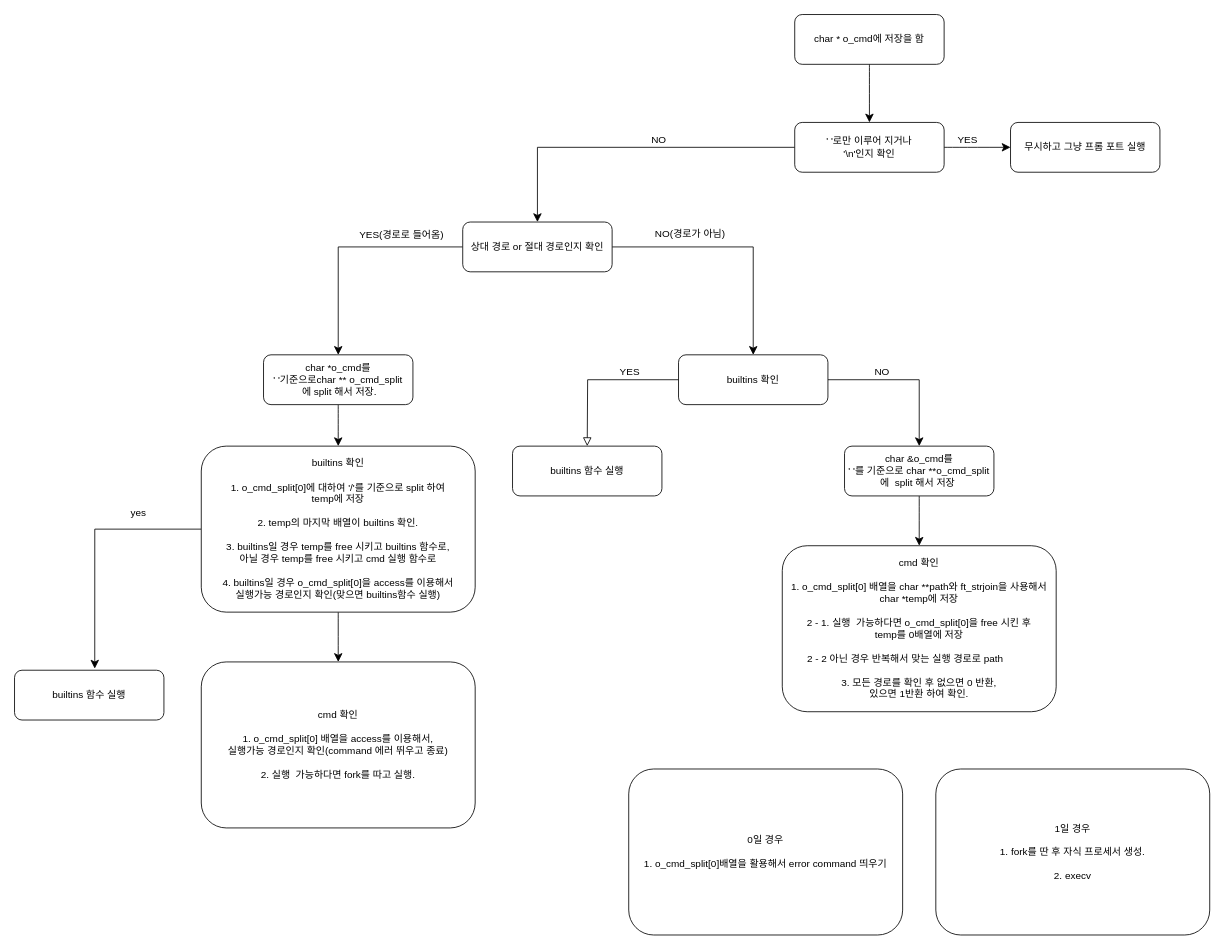
Before: Flowchart/Untitled Diagram.drawio in jae-mini-00/42, a draw.io diagram. Source tidied: cells renumbered, new cells numbered last; positions are measured from the earlier drawing's top-left corner, leaving out a move shared by most shapes. Both pictures are drawn from the tidied source at 83%, with x=0, y=0 at pixel (14, 14).
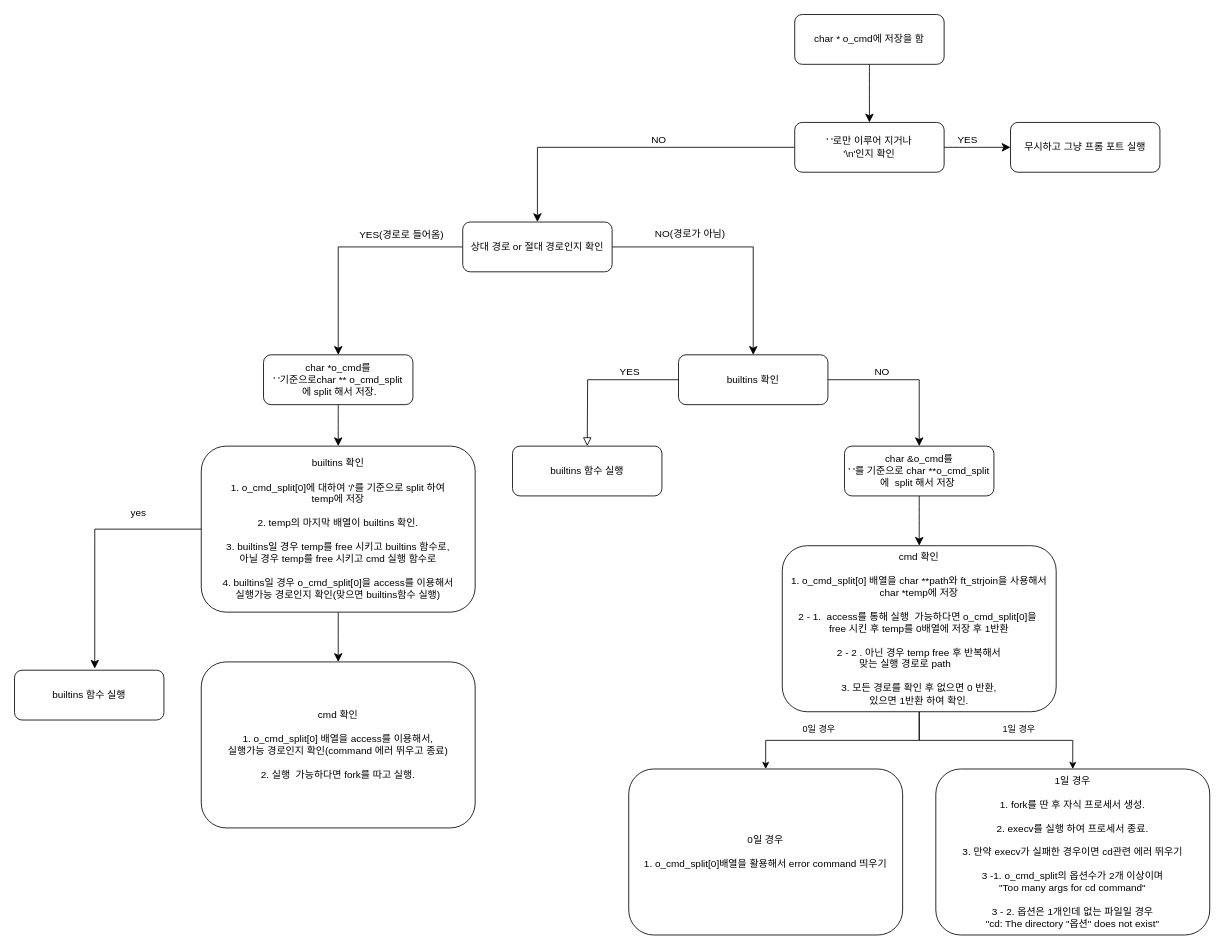
Above is the later version.

Commit message:
cmd어느 정도 정리

Unchanged cells that the change refers to:
```xml
<mxCell id="33" value="&lt;div&gt;0일 경우&lt;/div&gt;&lt;div&gt;&lt;br&gt;&lt;/div&gt;1. o_cmd_split[0]배열을 활용해서 error command 띄우기" style="rounded=1;whiteSpace=wrap;html=1;fontSize=12;glass=0;strokeWidth=1;shadow=0;" parent="1" vertex="1">
  <mxGeometry x="740" y="909" width="330" height="200" as="geometry" />
</mxCell>
```

What changed in the source:
```diff
@@
+    <mxCell id="34" style="edgeStyle=orthogonalEdgeStyle;rounded=0;jettySize=auto;html=1;entryX=0.5;entryY=0;entryDx=0;entryDy=0;" parent="1" edge="1" source="31" target="33">
+      <mxGeometry relative="1" as="geometry" />
+    </mxCell>
+    <mxCell id="35" value="0일 경우" style="edgeLabel;html=1;align=center;verticalAlign=middle;" parent="34" vertex="1">
+      <mxGeometry x="0.24" y="-1" relative="1" as="geometry">
+        <mxPoint x="1" y="-13" as="offset" />
+      </mxGeometry>
+    </mxCell>
+    <mxCell id="36" style="edgeStyle=orthogonalEdgeStyle;rounded=0;jettySize=auto;html=1;entryX=0.5;entryY=0;entryDx=0;entryDy=0;" parent="1" edge="1" source="31" target="32">
+      <mxGeometry relative="1" as="geometry" />
+    </mxCell>
+    <mxCell id="37" value="1일 경우" style="edgeLabel;html=1;align=center;verticalAlign=middle;" parent="36" vertex="1">
+      <mxGeometry x="-0.28" y="4" relative="1" as="geometry">
+        <mxPoint x="63" y="-10" as="offset" />
+      </mxGeometry>
+    </mxCell>
-    <mxCell id="31" value="&lt;div&gt;cmd 확인&lt;br&gt;&lt;/div&gt;&lt;div&gt;&lt;br&gt;&lt;/div&gt;1. o_cmd_split[0] 배열을 char **path와 ft_strjoin을 사용해서&lt;div&gt;&lt;span style=&quot;background-color: transparent;&quot;&gt;char *temp에 저장&lt;/span&gt;&lt;/div&gt;&lt;div&gt;&lt;br&gt;&lt;div&gt;&lt;div&gt;&lt;div&gt;2 - 1. 실행&amp;nbsp; 가능하다면 o_cmd_split[0]을 free 시킨 후&lt;/div&gt;&lt;/div&gt;&lt;/div&gt;&lt;/div&gt;&lt;div&gt;temp를 0배열에 저장&lt;/div&gt;&lt;div&gt;&lt;br&gt;&lt;/div&gt;&lt;div&gt;2 - 2 아닌 경우 반복해서 맞는 실행 경로로 path&amp;nbsp; &amp;nbsp; &amp;nbsp; &amp;nbsp; &amp;nbsp;&amp;nbsp;&lt;/div&gt;&lt;div&gt;&lt;br&gt;&lt;/div&gt;&lt;div&gt;3. 모든 경로를 확인 후 없으면 0 반환,&lt;/div&gt;&lt;div&gt;있으면 1반환 하여 확인.&lt;/div&gt;" style="rounded=1;whiteSpace=wrap;html=1;fontSize=12;glass=0;strokeWidth=1;shadow=0;" parent="1" vertex="1">
+    <mxCell id="31" value="&lt;div&gt;cmd 확인&lt;br&gt;&lt;/div&gt;&lt;div&gt;&lt;br&gt;&lt;/div&gt;1. o_cmd_split[0] 배열을 char **path와 ft_strjoin을 사용해서&lt;div&gt;&lt;span style=&quot;background-color: transparent;&quot;&gt;char *temp에 저장&lt;/span&gt;&lt;/div&gt;&lt;div&gt;&lt;br&gt;&lt;div&gt;&lt;div&gt;&lt;div&gt;2 - 1.&amp;nbsp; access를 통해 실행&amp;nbsp; 가능하다면 o_cmd_split[0]을&amp;nbsp;&lt;/div&gt;&lt;div&gt;free 시킨 후&amp;nbsp;&lt;span style=&quot;background-color: transparent;&quot;&gt;temp를 0배열에 저장 후 1반환&lt;/span&gt;&lt;/div&gt;&lt;/div&gt;&lt;/div&gt;&lt;/div&gt;&lt;div&gt;&lt;br&gt;&lt;/div&gt;&lt;div&gt;2 - 2 . 아닌 경우 temp free 후&amp;nbsp;&lt;span style=&quot;background-color: transparent;&quot;&gt;반복해서&lt;/span&gt;&lt;/div&gt;&lt;div&gt;&lt;span style=&quot;background-color: transparent;&quot;&gt;맞는 실행 경로로 path&amp;nbsp; &amp;nbsp; &amp;nbsp; &amp;nbsp; &amp;nbsp;&amp;nbsp;&lt;/span&gt;&lt;/div&gt;&lt;div&gt;&lt;br&gt;&lt;/div&gt;&lt;div&gt;3. 모든 경로를 확인 후 없으면 0 반환,&lt;/div&gt;&lt;div&gt;있으면 1반환 하여 확인.&lt;/div&gt;" style="rounded=1;whiteSpace=wrap;html=1;fontSize=12;glass=0;strokeWidth=1;shadow=0;" parent="1" vertex="1">
       <mxGeometry x="925" y="640" width="330" height="200" as="geometry" />
     </mxCell>
-    <mxCell id="32" value="&lt;div&gt;1일 경우&lt;br&gt;&lt;/div&gt;&lt;div&gt;&lt;br&gt;&lt;/div&gt;1. fork를 딴 후 자식 프로세서 생성.&lt;div&gt;&lt;br&gt;&lt;/div&gt;&lt;div&gt;2. execv&lt;/div&gt;" style="rounded=1;whiteSpace=wrap;html=1;fontSize=12;glass=0;strokeWidth=1;shadow=0;" parent="1" vertex="1">
+    <mxCell id="32" value="&lt;div&gt;1일 경우&lt;br&gt;&lt;/div&gt;&lt;div&gt;&lt;br&gt;&lt;/div&gt;1. fork를 딴 후 자식 프로세서 생성.&lt;div&gt;&lt;br&gt;&lt;/div&gt;&lt;div&gt;2. execv를 실행 하여 프로세서 종료.&lt;/div&gt;&lt;div&gt;&lt;br&gt;&lt;/div&gt;&lt;div&gt;3. 만약 execv가 실패한 경우이면 cd관련 에러 뛰우기&lt;/div&gt;&lt;div&gt;&lt;br&gt;&lt;/div&gt;&lt;div&gt;3 -1. o_cmd_split의 옵션수가 2개 이상이며&lt;/div&gt;&lt;div&gt;&quot;Too many args for cd command&quot;&lt;/div&gt;&lt;div&gt;&lt;br&gt;&lt;/div&gt;&lt;div&gt;3 - 2. 옵션은 1개인데 없는 파일일 경우&lt;/div&gt;&lt;div&gt;&quot;cd: The directory &quot;옵션&quot; does not exist&quot;&lt;/div&gt;" style="rounded=1;whiteSpace=wrap;html=1;fontSize=12;glass=0;strokeWidth=1;shadow=0;" parent="1" vertex="1">
       <mxGeometry x="1110" y="909" width="330" height="200" as="geometry" />
     </mxCell>
```
